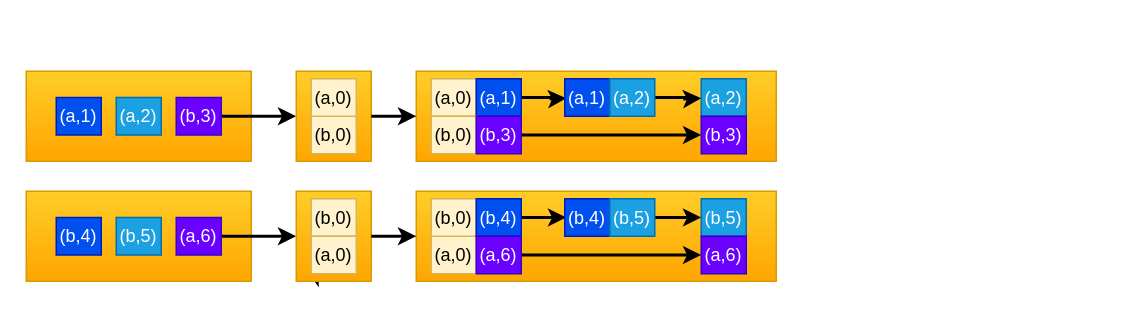
Above: bigdata/spark_aggregateByKey.drawio in yiluohan1234/drawIoImages (draw.io), before the change. Source tidied: cells renumbered, new cells numbered last; positions are measured from the earlier drawing's top-left corner, leaving out a move shared by most shapes. Both pictures are drawn from the tidied source at 150%, with x=0, y=0 at pixel (26, 70).
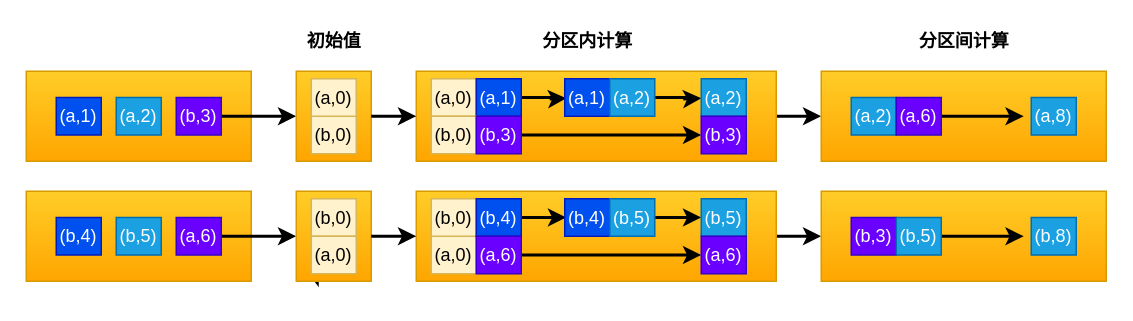
The same page after the edit.

The change refers to these unchanged cells:
```xml
<mxCell id="10" style="rounded=0;whiteSpace=wrap;html=1;fillColor=#ffcd28;gradientColor=#ffa500;strokeColor=#d79b00;" parent="1" vertex="1">
  <mxGeometry x="260" width="240" height="60" as="geometry" />
</mxCell>
<mxCell id="31" style="rounded=0;whiteSpace=wrap;html=1;fillColor=#ffcd28;gradientColor=#ffa500;strokeColor=#d79b00;" parent="1" vertex="1">
  <mxGeometry x="260" y="80" width="240" height="60" as="geometry" />
</mxCell>
```

The edit, as a diff of the source:
```diff
@@
+    <mxCell id="45" style="edgeStyle=none;rounded=0;jettySize=auto;html=1;strokeWidth=2;" parent="1" edge="1" source="10" target="47">
+      <mxGeometry relative="1" as="geometry" />
+    </mxCell>
@@
+    <mxCell id="46" style="edgeStyle=none;rounded=0;jettySize=auto;html=1;strokeWidth=2;" parent="1" edge="1" source="31" target="48">
+      <mxGeometry relative="1" as="geometry" />
+    </mxCell>
@@
+    <mxCell id="47" style="rounded=0;whiteSpace=wrap;html=1;fillColor=#ffcd28;gradientColor=#ffa500;strokeColor=#d79b00;" parent="1" vertex="1">
+      <mxGeometry x="530" width="190" height="60" as="geometry" />
+    </mxCell>
+    <mxCell id="48" style="rounded=0;whiteSpace=wrap;html=1;fillColor=#ffcd28;gradientColor=#ffa500;strokeColor=#d79b00;" parent="1" vertex="1">
+      <mxGeometry x="530" y="80" width="190" height="60" as="geometry" />
+    </mxCell>
+    <mxCell id="49" value="(a,2)" style="rounded=0;whiteSpace=wrap;html=1;fillColor=#1ba1e2;fontColor=#ffffff;strokeColor=#006EAF;" parent="1" vertex="1">
+      <mxGeometry x="550" y="17.5" width="30" height="25" as="geometry" />
+    </mxCell>
+    <mxCell id="50" style="edgeStyle=none;rounded=0;jettySize=auto;html=1;strokeWidth=2;" parent="1" edge="1" source="51">
+      <mxGeometry relative="1" as="geometry">
+        <mxPoint x="665" y="30" as="targetPoint" />
+      </mxGeometry>
+    </mxCell>
+    <mxCell id="51" value="(a,6)" style="rounded=0;whiteSpace=wrap;html=1;fillColor=#6a00ff;fontColor=#ffffff;strokeColor=#3700CC;" parent="1" vertex="1">
+      <mxGeometry x="580" y="17.5" width="30" height="25" as="geometry" />
+    </mxCell>
+    <mxCell id="52" value="(b,3)" style="rounded=0;whiteSpace=wrap;html=1;fillColor=#6a00ff;fontColor=#ffffff;strokeColor=#3700CC;" parent="1" vertex="1">
+      <mxGeometry x="550" y="97.5" width="30" height="25" as="geometry" />
+    </mxCell>
+    <mxCell id="53" style="edgeStyle=none;rounded=0;jettySize=auto;html=1;strokeWidth=2;" parent="1" edge="1" source="54">
+      <mxGeometry relative="1" as="geometry">
+        <mxPoint x="665" y="110" as="targetPoint" />
+      </mxGeometry>
+    </mxCell>
+    <mxCell id="54" value="(b,5)" style="rounded=0;whiteSpace=wrap;html=1;fillColor=#1ba1e2;fontColor=#ffffff;strokeColor=#006EAF;" parent="1" vertex="1">
+      <mxGeometry x="580" y="97.5" width="30" height="25" as="geometry" />
+    </mxCell>
+    <mxCell id="55" value="(a,8)" style="rounded=0;whiteSpace=wrap;html=1;fillColor=#1ba1e2;fontColor=#ffffff;strokeColor=#006EAF;" parent="1" vertex="1">
+      <mxGeometry x="670" y="17.5" width="30" height="25" as="geometry" />
+    </mxCell>
+    <mxCell id="56" value="(b,8)" style="rounded=0;whiteSpace=wrap;html=1;fillColor=#1ba1e2;fontColor=#ffffff;strokeColor=#006EAF;" parent="1" vertex="1">
+      <mxGeometry x="670" y="97.5" width="30" height="25" as="geometry" />
+    </mxCell>
+    <mxCell id="57" value="&lt;b&gt;初始值&lt;/b&gt;" style="text;html=1;align=center;verticalAlign=middle;fillColor=none;strokeColor=none;rounded=0;" parent="1" vertex="1">
+      <mxGeometry x="180" y="-30" width="50" height="20" as="geometry" />
+    </mxCell>
+    <mxCell id="58" value="&lt;b&gt;分区内计算&lt;/b&gt;" style="text;html=1;align=center;verticalAlign=middle;fillColor=none;strokeColor=none;rounded=0;" parent="1" vertex="1">
+      <mxGeometry x="334" y="-30" width="80" height="20" as="geometry" />
+    </mxCell>
+    <mxCell id="59" value="&lt;b&gt;分区间计算&lt;/b&gt;" style="text;html=1;align=center;verticalAlign=middle;fillColor=none;strokeColor=none;rounded=0;" parent="1" vertex="1">
+      <mxGeometry x="585" y="-30" width="80" height="20" as="geometry" />
+    </mxCell>
```
